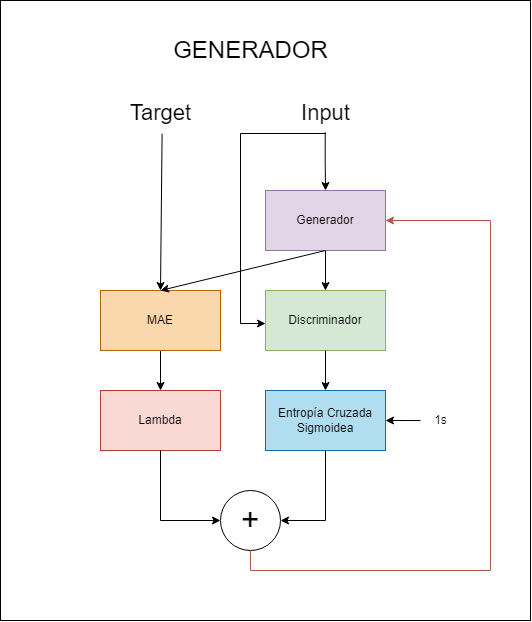
dmarintwentychu/TFG keeps this draw.io diagram as Code/TFGCode/Images/losses_GAN_Generador.png. Above is the earlier version. Source tidied: cells renumbered, new cells last; positions are measured from the earlier drawing's top-left corner, leaving out a move shared by most shapes.
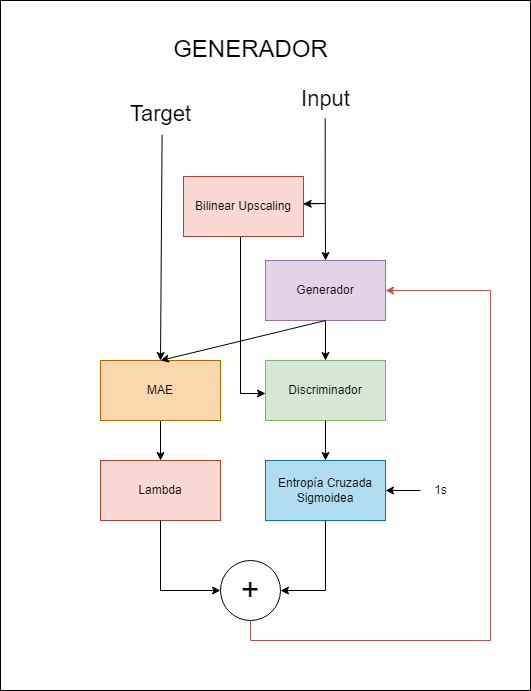
Later version of the same file.

What changed in the source:
```diff
@@ -3,16 +3,16 @@
     <mxCell id="0" />
     <mxCell id="1" parent="0" />
     <mxCell id="2" style="rounded=0;whiteSpace=wrap;html=1;" parent="1" vertex="1">
-      <mxGeometry width="530" height="620" as="geometry" />
+      <mxGeometry y="-70" width="530" height="690" as="geometry" />
     </mxCell>
     <mxCell id="3" value="&lt;font style=&quot;font-size: 22px;&quot;&gt;Target&lt;/font&gt;" style="text;html=1;align=center;verticalAlign=middle;points=[];strokeColor=none;fillColor=none;" parent="1" vertex="1">
-      <mxGeometry x="120" y="93" width="80" height="40" as="geometry" />
+      <mxGeometry x="120" y="24" width="80" height="40" as="geometry" />
     </mxCell>
     <mxCell id="4" style="edgeStyle=orthogonalEdgeStyle;rounded=0;jettySize=auto;html=1;exitX=0.496;exitY=0.968;exitDx=0;exitDy=0;exitPerimeter=0;" parent="1" edge="1" source="5" target="10">
       <mxGeometry relative="1" as="geometry" />
     </mxCell>
     <mxCell id="5" value="&lt;font style=&quot;font-size: 22px;&quot;&gt;Input&lt;/font&gt;" style="text;html=1;align=center;verticalAlign=middle;points=[];strokeColor=none;fillColor=none;" parent="1" vertex="1">
-      <mxGeometry x="290" y="93" width="70" height="40" as="geometry" />
+      <mxGeometry x="290" y="9" width="70" height="40" as="geometry" />
     </mxCell>
     <mxCell id="6" style="endArrow=classic;html=1;rounded=0;exitX=0.52;exitY=1.007;exitDx=0;exitDy=0;exitPerimeter=0;entryX=0.5;entryY=0;entryDx=0;entryDy=0;" parent="1" edge="1" source="3" target="8">
       <mxGeometry relative="1" as="geometry" />
@@ -52,7 +52,7 @@
       <mxGeometry x="265" y="390" width="120" height="60" as="geometry" />
     </mxCell>
     <mxCell id="17" value="&lt;font style=&quot;font-size: 24px;&quot;&gt;GENERADOR&lt;/font&gt;" style="text;html=1;align=center;verticalAlign=middle;strokeColor=none;fillColor=none;" parent="1" vertex="1">
-      <mxGeometry x="160" y="30" width="180" height="40" as="geometry" />
+      <mxGeometry x="160" y="-41" width="180" height="40" as="geometry" />
     </mxCell>
     <mxCell id="18" style="endArrow=classic;html=1;rounded=0;exitX=0.5;exitY=1;exitDx=0;exitDy=0;entryX=1;entryY=0.5;entryDx=0;entryDy=0;fillColor=#f8cecc;strokeColor=#b85450;" parent="1" edge="1" source="14" target="10">
       <mxGeometry relative="1" as="geometry">
@@ -89,5 +89,13 @@
     <mxCell id="23" value="1s" style="text;html=1;align=center;verticalAlign=middle;points=[];strokeColor=none;fillColor=none;" parent="1" vertex="1">
       <mxGeometry x="420" y="405" width="40" height="30" as="geometry" />
     </mxCell>
+    <mxCell id="24" value="Bilinear Upscaling" style="whiteSpace=wrap;html=1;rounded=0;fillColor=#fad9d5;strokeColor=#ae4132;" parent="1" vertex="1">
+      <mxGeometry x="183" y="106" width="120" height="60" as="geometry" />
+    </mxCell>
+    <mxCell id="25" style="endArrow=classic;html=1;rounded=0;entryX=0.998;entryY=0.457;entryDx=0;entryDy=0;entryPerimeter=0;" parent="1" edge="1" target="24">
+      <mxGeometry relative="1" as="geometry">
+        <mxPoint x="325" y="133" as="sourcePoint" />
+      </mxGeometry>
+    </mxCell>
   </root>
 </mxGraphModel>
```
